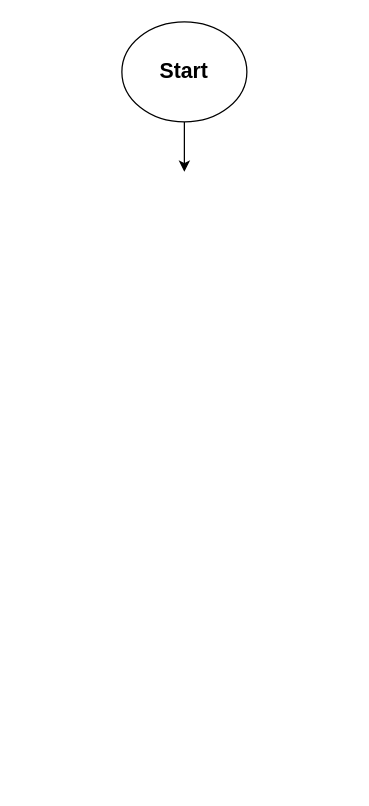
The draw.io diagram page "UML" (2 of 3) of Draft01.drawio in AhmedElsayed-17/UML_aCar, before the edit. Source tidied: cells renumbered, new cells numbered last; positions are measured from the earlier drawing's top-left corner, leaving out a move shared by most shapes. Both pictures are drawn from the tidied source at 125%, with x=0, y=0 at pixel (121, 21).
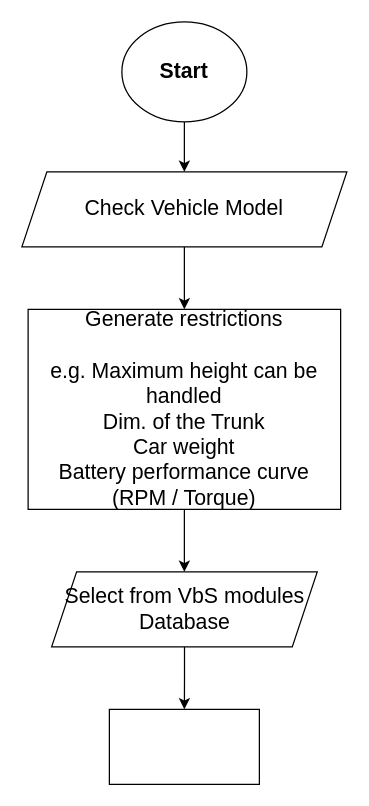
The same diagram, later.

Diff of the diagram source:
```diff
@@
 <mxGraphModel>
   <root>
     <mxCell id="0" />
     <mxCell id="1" parent="0" />
     <mxCell id="2" style="edgeStyle=orthogonalEdgeStyle;rounded=0;jettySize=auto;html=1;fontSize=17;" parent="1" edge="1" source="3">
       <mxGeometry relative="1" as="geometry">
         <mxPoint x="50" y="120" as="targetPoint" />
       </mxGeometry>
     </mxCell>
     <mxCell id="3" value="&lt;b&gt;&lt;font style=&quot;font-size: 17px&quot;&gt;Start&lt;/font&gt;&lt;/b&gt;" style="ellipse;whiteSpace=wrap;html=1;" parent="1" vertex="1">
       <mxGeometry width="100" height="80" as="geometry" />
     </mxCell>
+    <mxCell id="4" style="edgeStyle=orthogonalEdgeStyle;rounded=0;jettySize=auto;html=1;fontSize=17;" parent="1" edge="1" source="5">
+      <mxGeometry relative="1" as="geometry">
+        <mxPoint x="50" y="230" as="targetPoint" />
+      </mxGeometry>
+    </mxCell>
+    <mxCell id="5" value="&lt;div&gt;Check Vehicle Model&lt;/div&gt;" style="shape=parallelogram;perimeter=parallelogramPerimeter;whiteSpace=wrap;html=1;fixedSize=1;fontSize=17;" parent="1" vertex="1">
+      <mxGeometry x="-80" y="120" width="260" height="60" as="geometry" />
+    </mxCell>
+    <mxCell id="6" style="edgeStyle=orthogonalEdgeStyle;rounded=0;jettySize=auto;html=1;fontSize=17;" parent="1" edge="1" source="7">
+      <mxGeometry relative="1" as="geometry">
+        <mxPoint x="50" y="440" as="targetPoint" />
+      </mxGeometry>
+    </mxCell>
+    <mxCell id="7" value="&lt;div&gt;Generate restrictions&lt;/div&gt;&lt;div&gt;&lt;br&gt;&lt;/div&gt;&lt;div&gt;e.g. Maximum height can be handled&lt;/div&gt;&lt;div&gt;&lt;div&gt;Dim. of the Trunk&lt;/div&gt;&lt;/div&gt;&lt;div&gt;Car weight&lt;/div&gt;&lt;div&gt;Battery performance curve (RPM / Torque)&lt;/div&gt;" style="rounded=0;whiteSpace=wrap;html=1;fontSize=17;" parent="1" vertex="1">
+      <mxGeometry x="-75" y="230" width="250" height="160" as="geometry" />
+    </mxCell>
+    <mxCell id="8" style="edgeStyle=orthogonalEdgeStyle;rounded=0;jettySize=auto;html=1;fontSize=17;" parent="1" edge="1" source="9">
+      <mxGeometry relative="1" as="geometry">
+        <mxPoint x="50" y="550" as="targetPoint" />
+      </mxGeometry>
+    </mxCell>
+    <mxCell id="9" value="Select from VbS modules Database" style="shape=parallelogram;perimeter=parallelogramPerimeter;whiteSpace=wrap;html=1;fixedSize=1;fontSize=17;" parent="1" vertex="1">
+      <mxGeometry x="-56.2" y="440" width="212.5" height="60" as="geometry" />
+    </mxCell>
+    <mxCell id="10" style="rounded=0;whiteSpace=wrap;html=1;fontSize=17;" parent="1" vertex="1">
+      <mxGeometry x="-10" y="550" width="120" height="60" as="geometry" />
+    </mxCell>
   </root>
 </mxGraphModel>
```
